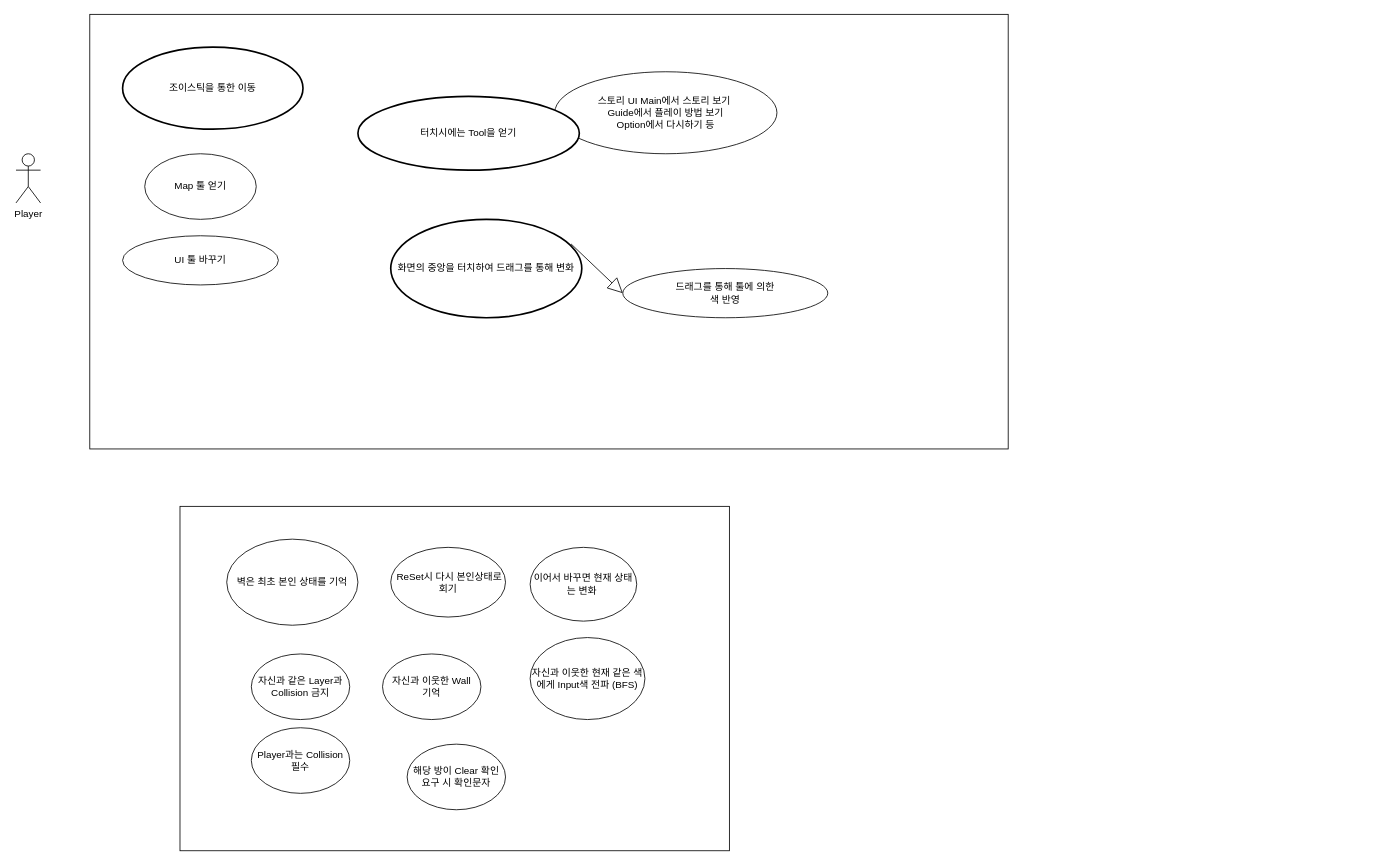
Earlier version of the draw.io diagram page "페이지-1" (1 of 5) of 2021_Summer_Vacation.drawio (ParkSeongTeak/2021_Summer_Vacation). Source tidied: cells renumbered, new cells numbered last; positions are measured from the earlier drawing's top-left corner, leaving out a move shared by most shapes. Both pictures are drawn from the tidied source at 82%, with x=0, y=0 at pixel (16, 14).
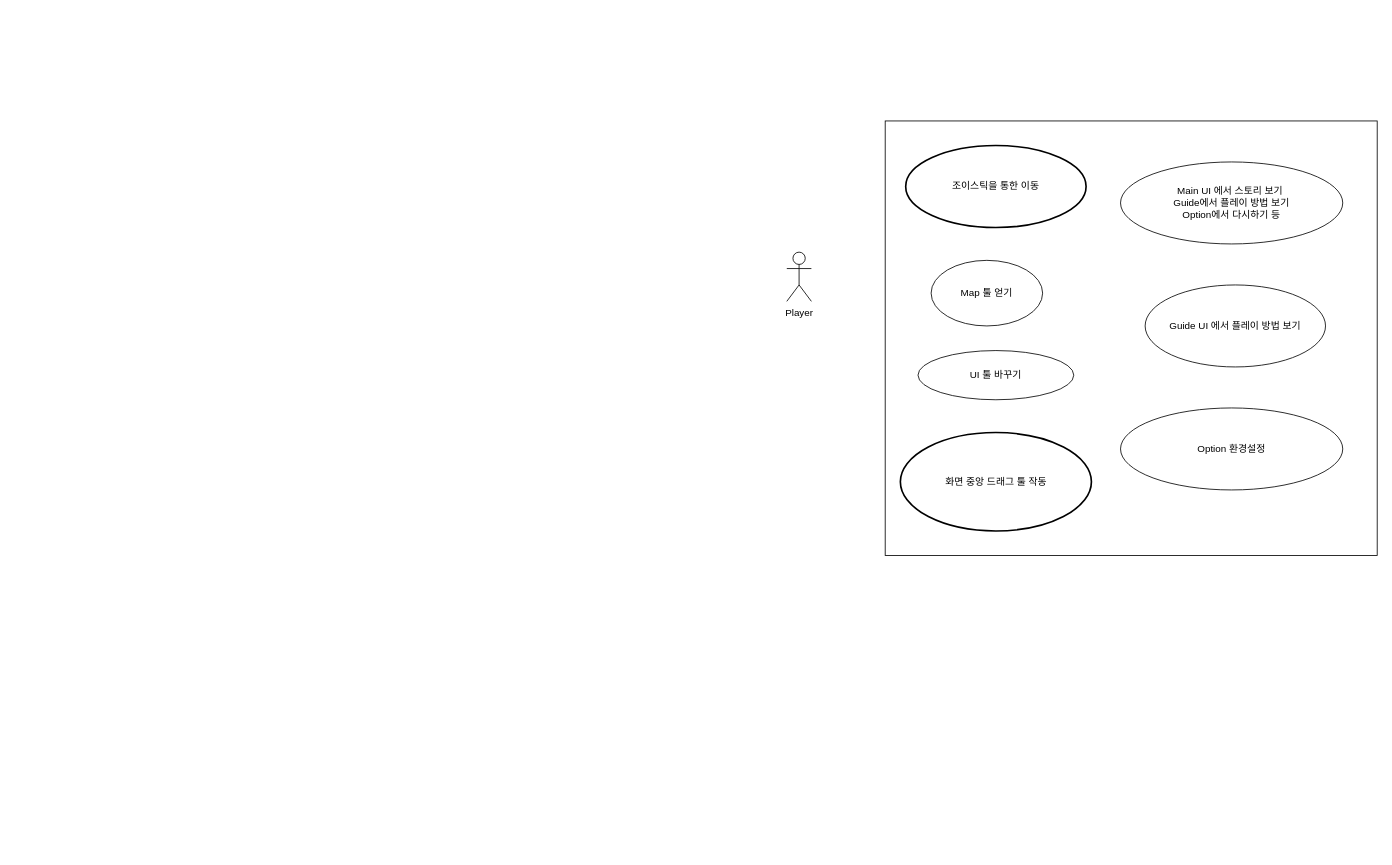
Above is the later version.

Diff of the diagram source:
```diff
@@
     <mxCell id="2" value="Player" style="shape=umlActor;verticalLabelPosition=bottom;verticalAlign=top;html=1;" parent="1" vertex="1">
-      <mxGeometry y="170" width="30" height="60" as="geometry" />
+      <mxGeometry x="940" y="290" width="30" height="60" as="geometry" />
     </mxCell>
     <mxCell id="3" style="rounded=0;whiteSpace=wrap;html=1;" parent="1" vertex="1">
-      <mxGeometry x="90" width="1120" height="530" as="geometry" />
+      <mxGeometry x="1060" y="130" width="600" height="530" as="geometry" />
     </mxCell>
     <mxCell id="4" value="UI 툴 바꾸기" style="ellipse;whiteSpace=wrap;html=1;" parent="1" vertex="1">
-      <mxGeometry x="130" y="270" width="190" height="60" as="geometry" />
+      <mxGeometry x="1100" y="410" width="190" height="60" as="geometry" />
     </mxCell>
-    <mxCell id="5" value="드래그를 통해 툴에 의한&lt;br&gt;색 반영" style="ellipse;whiteSpace=wrap;html=1;" parent="1" vertex="1">
-      <mxGeometry x="740" y="310" width="250" height="60" as="geometry" />
-    </mxCell>
-    <mxCell id="6" value="스토리 UI Main에서 스토리 보기&amp;nbsp;&lt;br&gt;Guide에서 플레이 방법 보기&lt;br&gt;Option에서 다시하기 등&lt;br&gt;" style="ellipse;whiteSpace=wrap;html=1;" parent="1" vertex="1">
-      <mxGeometry x="657" y="70" width="271" height="100" as="geometry" />
+    <mxCell id="6" value="Main UI 에서 스토리 보기&amp;nbsp;&lt;br&gt;Guide에서 플레이 방법 보기&lt;br&gt;Option에서 다시하기 등" style="ellipse;whiteSpace=wrap;html=1;" parent="1" vertex="1">
+      <mxGeometry x="1347" y="180" width="271" height="100" as="geometry" />
     </mxCell>
     <mxCell id="7" value="Map 툴 얻기" style="ellipse;whiteSpace=wrap;html=1;" parent="1" vertex="1">
-      <mxGeometry x="157" y="170" width="136" height="80" as="geometry" />
+      <mxGeometry x="1116" y="300" width="136" height="80" as="geometry" />
     </mxCell>
     <mxCell id="8" value="조이스틱을 통한 이동" style="strokeWidth=2;html=1;shape=mxgraph.flowchart.start_1;whiteSpace=wrap;" parent="1" vertex="1">
-      <mxGeometry x="130" y="40" width="220" height="100" as="geometry" />
+      <mxGeometry x="1085" y="160" width="220" height="100" as="geometry" />
     </mxCell>
-    <mxCell id="9" value="화면의 중앙을 터치하여 드래그를 통해 변화" style="strokeWidth=2;html=1;shape=mxgraph.flowchart.start_1;whiteSpace=wrap;" parent="1" vertex="1">
-      <mxGeometry x="457" y="250" width="233" height="120" as="geometry" />
+    <mxCell id="9" value="화면 중앙 드래그 툴 작동" style="strokeWidth=2;html=1;shape=mxgraph.flowchart.start_1;whiteSpace=wrap;" parent="1" vertex="1">
+      <mxGeometry x="1078.5" y="510" width="233" height="120" as="geometry" />
     </mxCell>
-    <mxCell id="10" style="rounded=0;whiteSpace=wrap;html=1;" parent="1" vertex="1">
-      <mxGeometry x="200" y="600" width="670" height="420" as="geometry" />
-    </mxCell>
-    <mxCell id="11" value="벽은 최초 본인 상태를 기억" style="ellipse;whiteSpace=wrap;html=1;" parent="1" vertex="1">
-      <mxGeometry x="257" y="640" width="160" height="105" as="geometry" />
-    </mxCell>
-    <mxCell id="12" value="&amp;nbsp;ReSet시 다시 본인상태로 회기" style="ellipse;whiteSpace=wrap;html=1;" parent="1" vertex="1">
-      <mxGeometry x="457" y="650" width="140" height="85" as="geometry" />
-    </mxCell>
-    <mxCell id="13" value="이어서 바꾸면 현재 상태는 변화&amp;nbsp;" style="ellipse;whiteSpace=wrap;html=1;" parent="1" vertex="1">
-      <mxGeometry x="627" y="650" width="130" height="90" as="geometry" />
-    </mxCell>
-    <mxCell id="14" value="자신과 같은 Layer과 Collision 금지" style="ellipse;whiteSpace=wrap;html=1;" parent="1" vertex="1">
-      <mxGeometry x="287" y="780" width="120" height="80" as="geometry" />
-    </mxCell>
-    <mxCell id="15" value="자신과 이웃한 Wall &lt;br&gt;기억" style="ellipse;whiteSpace=wrap;html=1;" parent="1" vertex="1">
-      <mxGeometry x="447" y="780" width="120" height="80" as="geometry" />
-    </mxCell>
-    <mxCell id="16" value="자신과 이웃한 현재 같은 색에게 Input색 전파 (BFS)" style="ellipse;whiteSpace=wrap;html=1;" parent="1" vertex="1">
-      <mxGeometry x="627" y="760" width="140" height="100" as="geometry" />
-    </mxCell>
-    <mxCell id="17" value="Player과는 Collision 필수" style="ellipse;whiteSpace=wrap;html=1;" parent="1" vertex="1">
-      <mxGeometry x="287" y="870" width="120" height="80" as="geometry" />
-    </mxCell>
-    <mxCell id="18" style="endArrow=block;endSize=16;endFill=0;html=1;rounded=0;entryX=0;entryY=0.5;entryDx=0;entryDy=0;exitX=0.944;exitY=0.25;exitDx=0;exitDy=0;exitPerimeter=0;" parent="1" edge="1" source="9" target="5">
-      <mxGeometry relative="1" as="geometry" />
-    </mxCell>
-    <mxCell id="19" value="터치시에는 Tool을 얻기" style="strokeWidth=2;html=1;shape=mxgraph.flowchart.start_1;whiteSpace=wrap;" parent="1" vertex="1">
-      <mxGeometry x="417" y="100" width="270" height="90" as="geometry" />
-    </mxCell>
-    <mxCell id="20" value="해당 방이 Clear 확인 요구 시 확인문자" style="ellipse;whiteSpace=wrap;html=1;" parent="1" vertex="1">
-      <mxGeometry x="477" y="890" width="120" height="80" as="geometry" />
-    </mxCell>
+    <mxCell id="21" value="Guide UI 에서 플레이 방법 보기" style="ellipse;whiteSpace=wrap;html=1;" parent="1" vertex="1">
+      <mxGeometry x="1377" y="330" width="220" height="100" as="geometry" />
+    </mxCell>
+    <mxCell id="22" value="Option 환경설정" style="ellipse;whiteSpace=wrap;html=1;" parent="1" vertex="1">
+      <mxGeometry x="1347" y="480" width="271" height="100" as="geometry" />
+    </mxCell>
```
